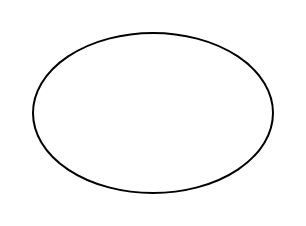
ShaoOrg/bulletin keeps this draw.io diagram as page "Page-2" (2 of 2) of docs/assets/drawio/demo.drawio. Above is the earlier version. Source tidied: cells renumbered, new cells numbered last; positions are measured from the earlier drawing's top-left corner, leaving out a move shared by most shapes. Both pictures are drawn from the tidied source at 200%, with x=0, y=0 at pixel (32, 32).
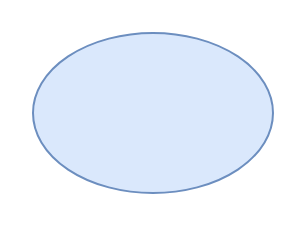
The same page after the edit.

Commit message:
commit by web api from ac9dd4d3efea

The edit, as a diff of the source:
```diff
@@
 <mxGraphModel>
   <root>
     <mxCell id="0" />
     <mxCell id="1" parent="0" />
-    <mxCell id="2" style="ellipse;whiteSpace=wrap;html=1;" parent="1" vertex="1">
+    <mxCell id="2" style="ellipse;whiteSpace=wrap;html=1;fillColor=#dae8fc;strokeColor=#6c8ebf;" parent="1" vertex="1">
       <mxGeometry width="120" height="80" as="geometry" />
     </mxCell>
   </root>
 </mxGraphModel>
```
